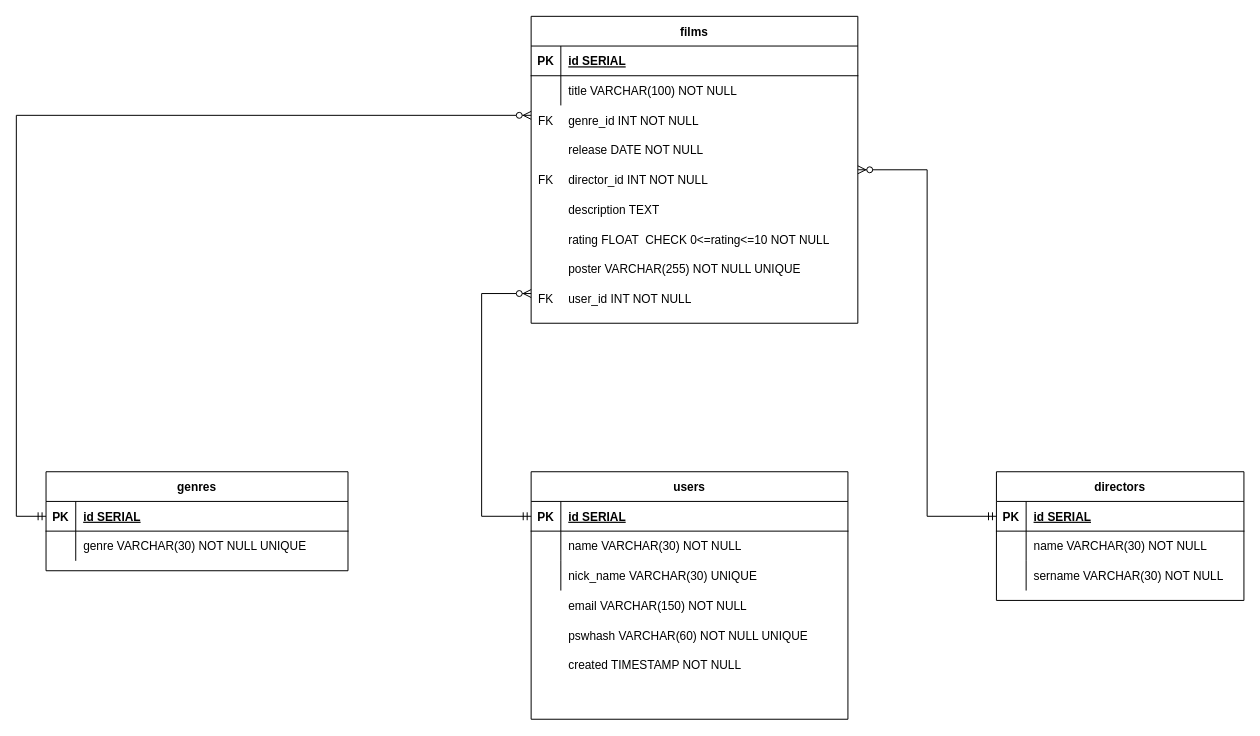
Before: proj/shema/schema.drawio in ho1331/Movie-library-API, a draw.io diagram. Source tidied: cells renumbered, new cells numbered last; positions are measured from the earlier drawing's top-left corner, leaving out a move shared by most shapes. Both pictures are drawn from the tidied source at 99%, with x=0, y=0 at pixel (16, 16).
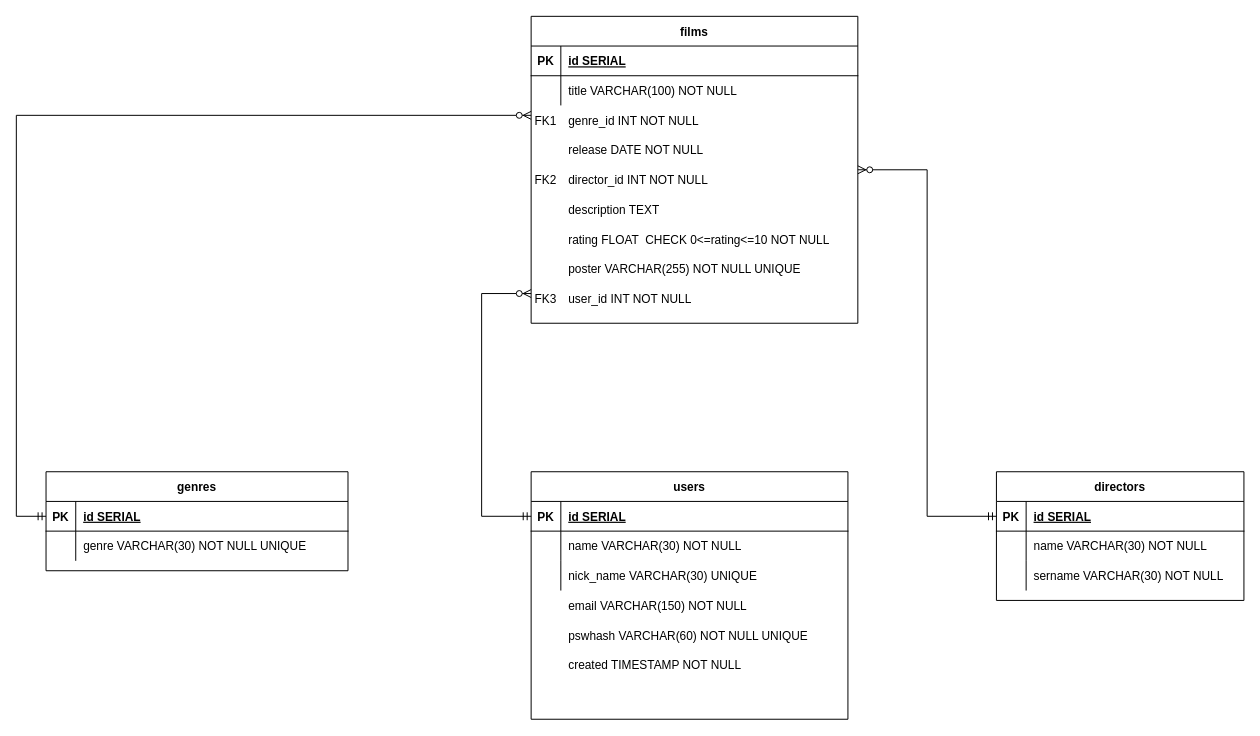
After the change.

Unchanged cells that the change refers to:
```xml
<mxCell id="12" style="group;" parent="1" vertex="1">
  <mxGeometry x="520" width="330" height="350" as="geometry" />
</mxCell>
```

What changed in the source:
```diff
@@
-    <mxCell id="37" value="FK" style="shape=partialRectangle;overflow=hidden;fillColor=none;top=0;left=0;bottom=0;right=0;" parent="12" vertex="1">
+    <mxCell id="37" value="FK3" style="shape=partialRectangle;overflow=hidden;fillColor=none;top=0;left=0;bottom=0;right=0;" parent="12" vertex="1">
       <mxGeometry y="270" width="30" height="30" as="geometry" />
     </mxCell>
-    <mxCell id="38" value="FK" style="shape=partialRectangle;overflow=hidden;fillColor=none;top=0;left=0;bottom=0;right=0;" parent="12" vertex="1">
+    <mxCell id="38" value="FK2" style="shape=partialRectangle;overflow=hidden;fillColor=none;top=0;left=0;bottom=0;right=0;" parent="12" vertex="1">
       <mxGeometry y="150" width="30" height="30" as="geometry" />
     </mxCell>
-    <mxCell id="39" value="FK" style="shape=partialRectangle;overflow=hidden;fillColor=none;top=0;left=0;bottom=0;right=0;" parent="12" vertex="1">
+    <mxCell id="39" value="FK1" style="shape=partialRectangle;overflow=hidden;fillColor=none;top=0;left=0;bottom=0;right=0;" parent="12" vertex="1">
       <mxGeometry y="90" width="30" height="30" as="geometry" />
     </mxCell>
```
